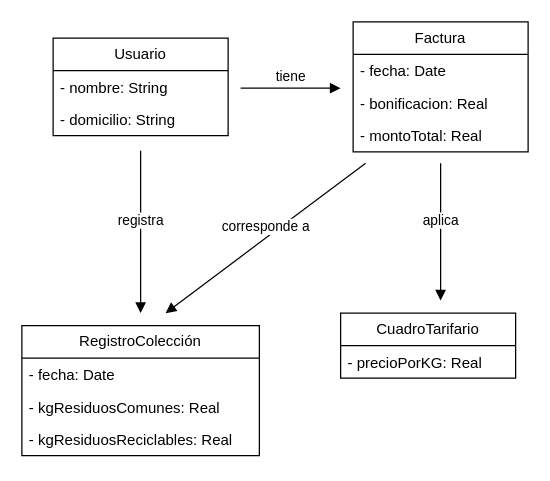
felirojas12/OO1 keeps this draw.io diagram as ejercicio5.drawio. Above is the earlier version. Source tidied: cells renumbered, new cells numbered last; positions are measured from the earlier drawing's top-left corner, leaving out a move shared by most shapes. Both pictures are drawn from the tidied source at 125%, with x=0, y=0 at pixel (21, 21).
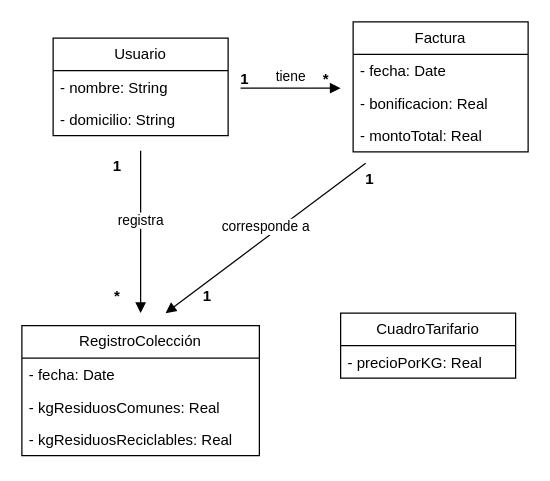
The same diagram, later.

The edit, as a diff of the source:
```diff
@@
-    <mxCell id="17" value="aplica" style="html=1;verticalAlign=bottom;endArrow=block;curved=0;rounded=0;" parent="1" edge="1">
-      <mxGeometry relative="1" as="geometry">
-        <mxPoint x="335" y="113" as="sourcePoint" />
-        <mxPoint x="335" y="223" as="targetPoint" />
-      </mxGeometry>
-    </mxCell>
@@
+    <mxCell id="19" value="*" style="text;align=center;fontStyle=1;verticalAlign=middle;spacingLeft=3;spacingRight=3;strokeColor=none;html=1;" parent="1" vertex="1">
+      <mxGeometry x="230" y="33" width="25" height="26" as="geometry" />
+    </mxCell>
+    <mxCell id="20" value="1" style="text;align=center;fontStyle=1;verticalAlign=middle;spacingLeft=3;spacingRight=3;strokeColor=none;html=1;" parent="1" vertex="1">
+      <mxGeometry x="165" y="33" width="25" height="26" as="geometry" />
+    </mxCell>
+    <mxCell id="21" value="1" style="text;align=center;fontStyle=1;verticalAlign=middle;spacingLeft=3;spacingRight=3;strokeColor=none;html=1;" parent="1" vertex="1">
+      <mxGeometry x="135" y="207" width="25" height="26" as="geometry" />
+    </mxCell>
+    <mxCell id="22" value="1" style="text;align=center;fontStyle=1;verticalAlign=middle;spacingLeft=3;spacingRight=3;strokeColor=none;html=1;" parent="1" vertex="1">
+      <mxGeometry x="265" y="113" width="25" height="26" as="geometry" />
+    </mxCell>
+    <mxCell id="23" value="*" style="text;align=center;fontStyle=1;verticalAlign=middle;spacingLeft=3;spacingRight=3;strokeColor=none;html=1;" parent="1" vertex="1">
+      <mxGeometry x="63" y="207" width="25" height="26" as="geometry" />
+    </mxCell>
+    <mxCell id="24" value="1" style="text;align=center;fontStyle=1;verticalAlign=middle;spacingLeft=3;spacingRight=3;strokeColor=none;html=1;" parent="1" vertex="1">
+      <mxGeometry x="63" y="103" width="25" height="26" as="geometry" />
+    </mxCell>
```
